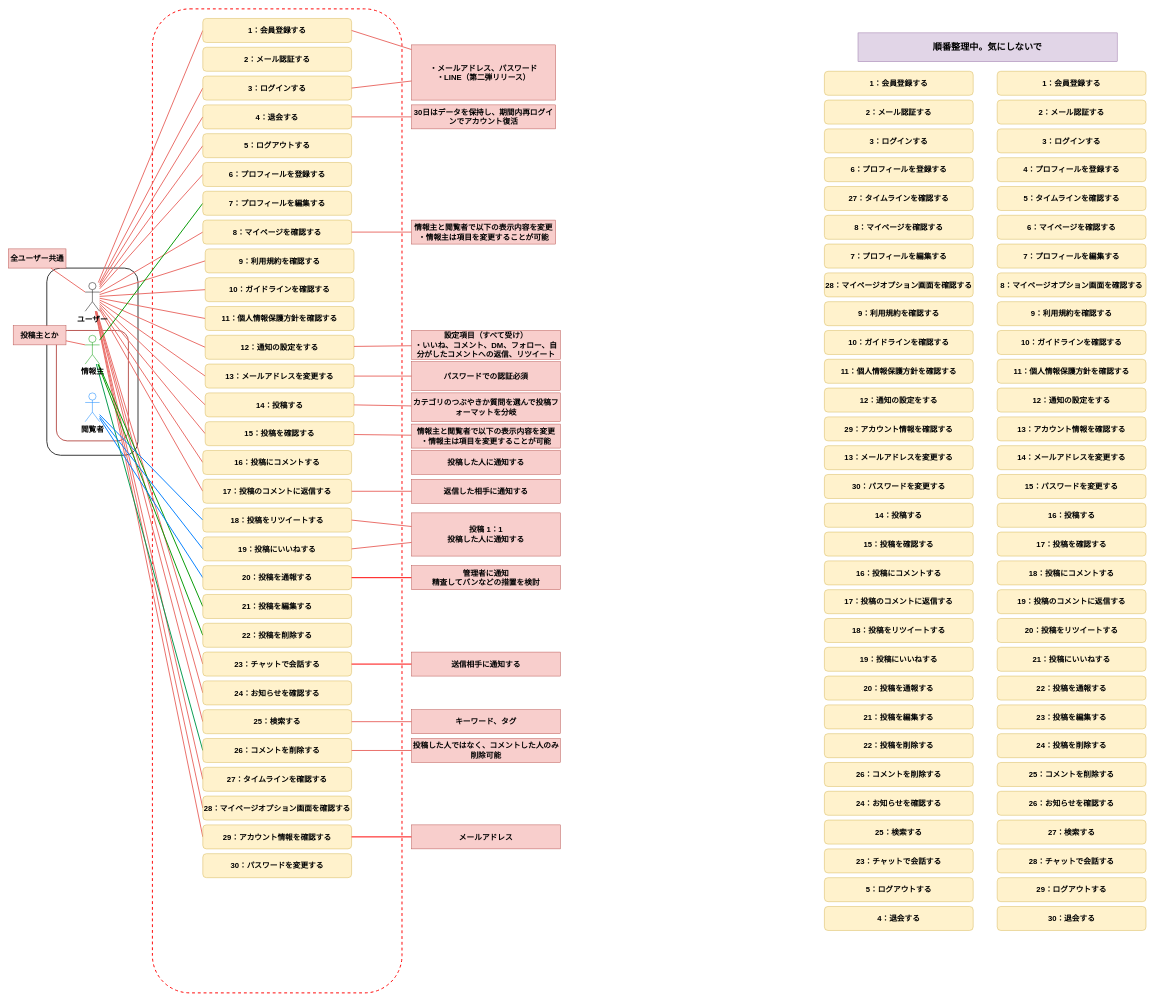
Earlier version of the draw.io diagram page "ユースケース図" (1 of 4) of modeling.drawio (haseryo0403/VenTal). Source tidied: cells renumbered, new cells numbered last; positions are measured from the earlier drawing's top-left corner, leaving out a move shared by most shapes. Both pictures are drawn from the tidied source at 48%, with x=0, y=0 at pixel (8, 9).
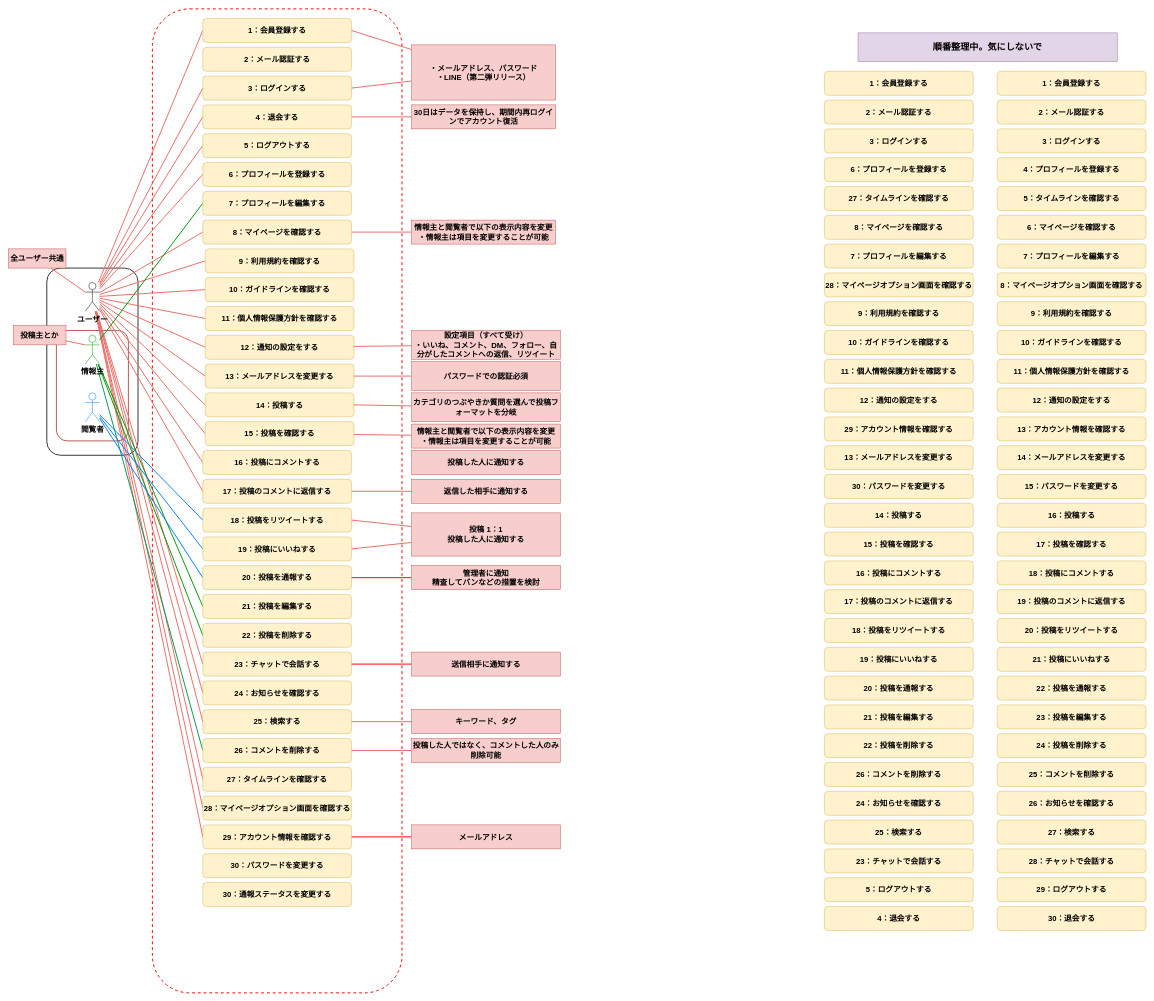
Above is the later version.

Change to the diagram source:
```diff
@@
+    <mxCell id="163" value="&lt;span style=&quot;background-color: initial;&quot;&gt;30：通報ステータスを変更する&lt;/span&gt;" style="rounded=1;whiteSpace=wrap;html=1;strokeColor=#d6b656;align=center;verticalAlign=middle;fontFamily=Helvetica;fontSize=16;fontStyle=1;fillColor=#fff2cc;" parent="1" vertex="1">
+      <mxGeometry x="405" y="1820" width="310" height="50" as="geometry" />
+    </mxCell>
```
